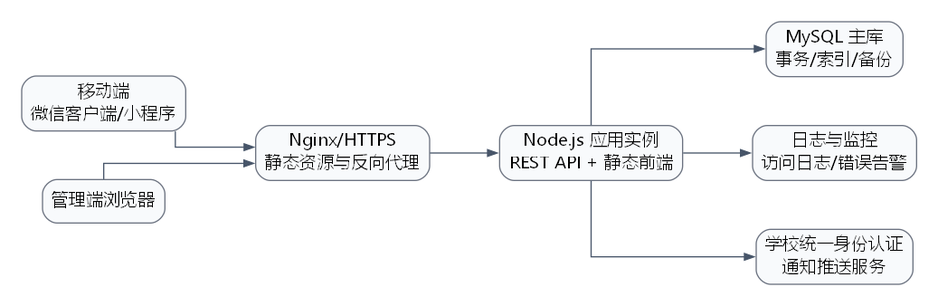
The Graphviz diagram report_assets/deployment.png in c20201057/SoftwareEngineering, before a commit. Its source is kept beside it as report_assets/deployment.dot.
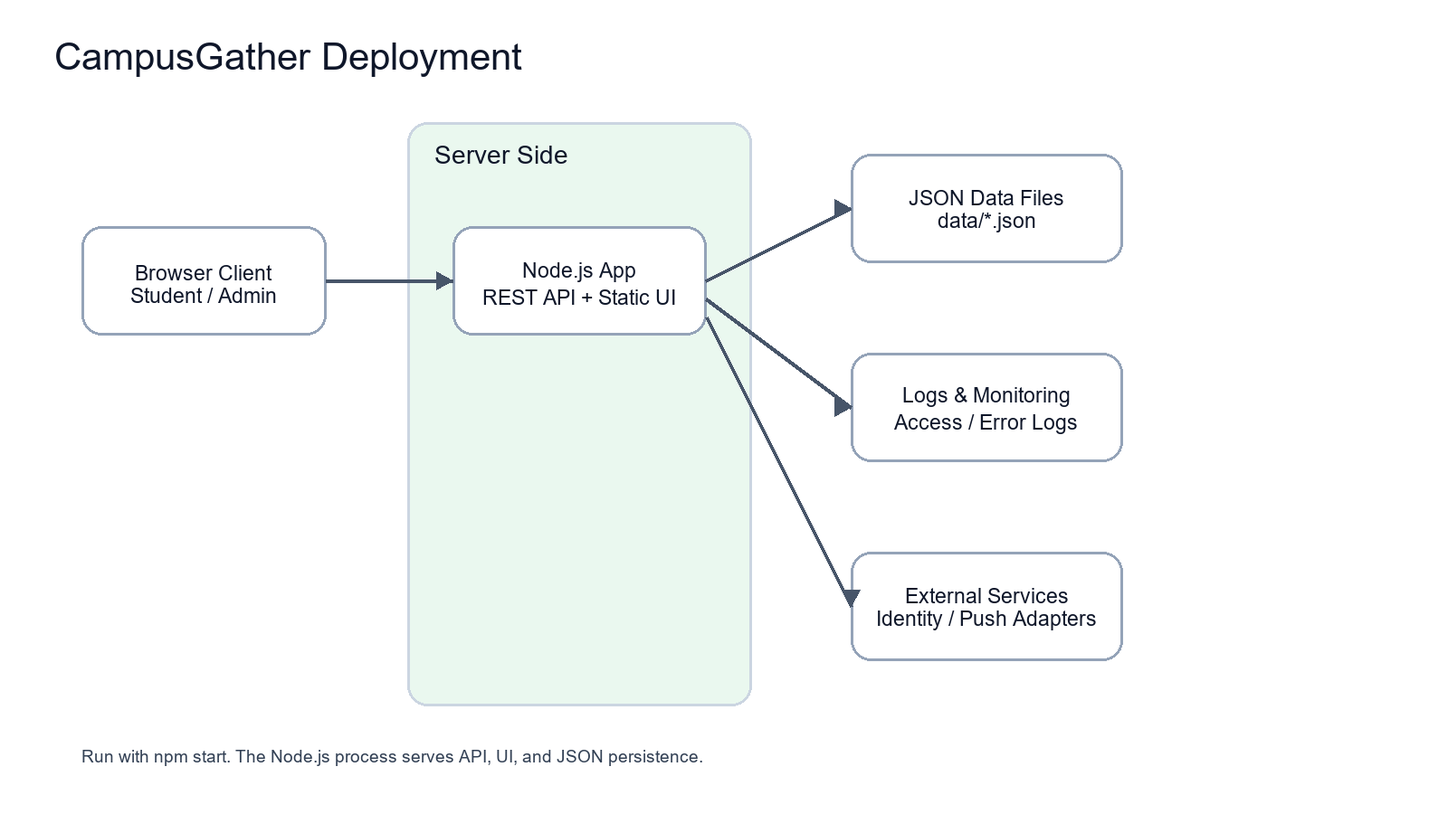
After the commit.

Commit message:
移除 MySQL 设计并统一 JSON 存储

Change to the diagram source:
```diff
@@ -5,14 +5,14 @@
   phone [label="移动端\n微信客户端/小程序"];
   browser [label="管理端浏览器"];
   nginx [label="Nginx/HTTPS\n静态资源与反向代理"];
-  server [label="Node.js 应用实例\nREST API + 静态前端"];
-  db [label="MySQL 主库\n事务/索引/备份"];
+  node [label="Node.js 应用实例\nREST API + 静态前端"];
+  data [label="JSON 数据文件\ndata/*.json"];
   log [label="日志与监控\n访问日志/错误告警"];
   external [label="学校统一身份认证\n通知推送服务"];
   phone -> nginx;
   browser -> nginx;
-  nginx -> server;
-  server -> db;
-  server -> log;
-  server -> external;
+  nginx -> node;
+  node -> data;
+  node -> log;
+  node -> external;
 }
```
